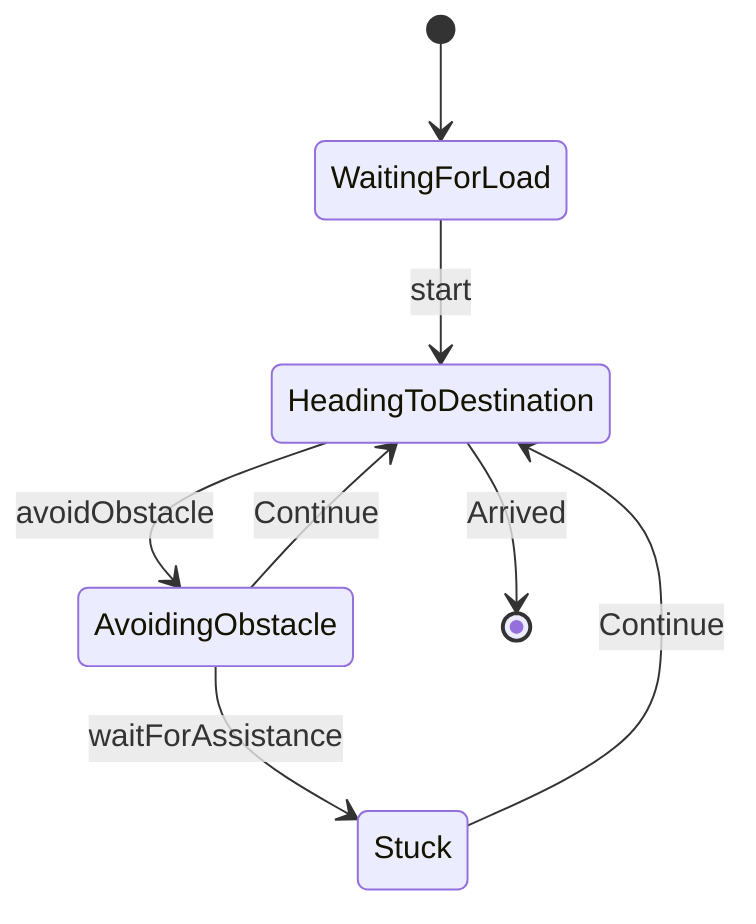
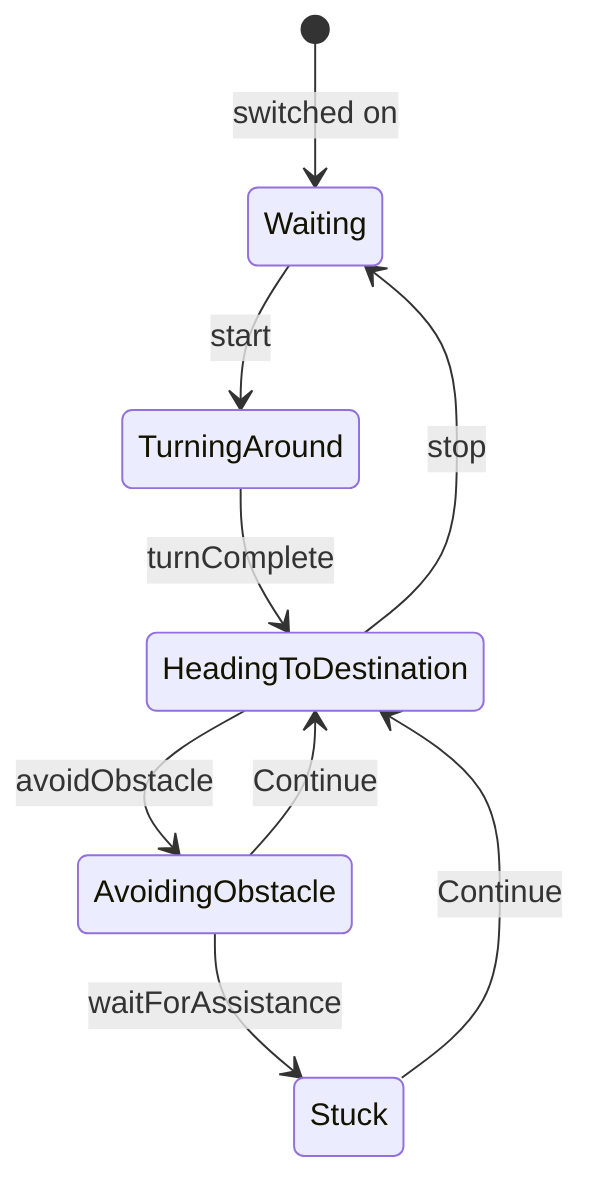
stateDiagram-v2
-    [*] --> WaitingForLoad
-   WaitingForLoad -->HeadingToDestination: start
+    [*] --> Waiting: switched on
+   Waiting --> TurningAround: start
+   TurningAround --> HeadingToDestination: turnComplete
  HeadingToDestination --> AvoidingObstacle: avoidObstacle
  AvoidingObstacle --> Stuck: waitForAssistance
  Stuck --> HeadingToDestination: Continue
  AvoidingObstacle --> HeadingToDestination: Continue
-   HeadingToDestination --> [*]: Arrived
+   HeadingToDestination --> Waiting: stop
+ 
